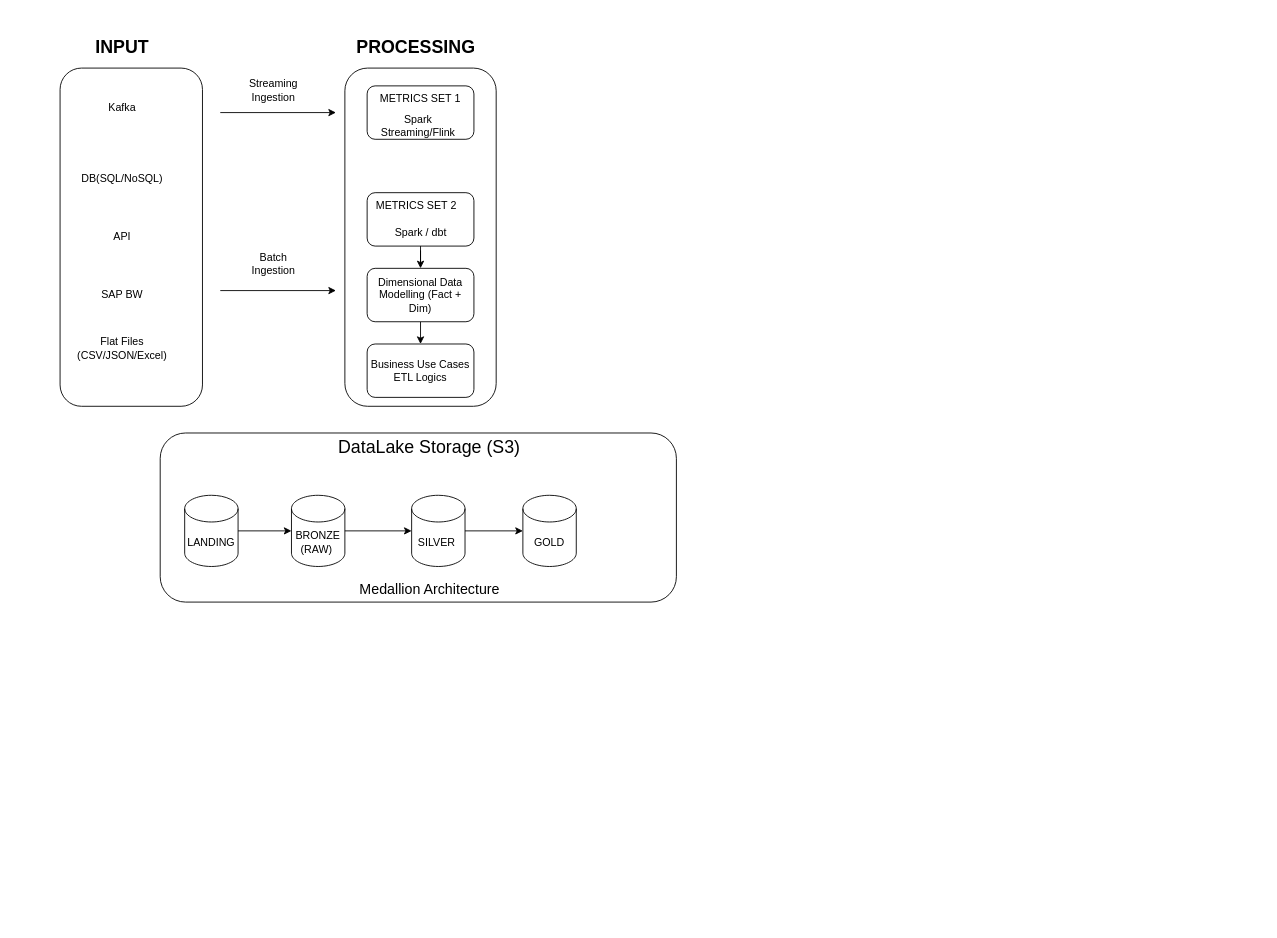
This is En_to_End_ETL_HLD.drawio from SanjibSaikia/System-Design, a draw.io file, before an edit. Source tidied: cells renumbered, new cells numbered last; positions are measured from the earlier drawing's top-left corner, leaving out a move shared by most shapes. Both pictures are drawn from the tidied source at 89%, with x=0, y=0 at pixel (60, 32).
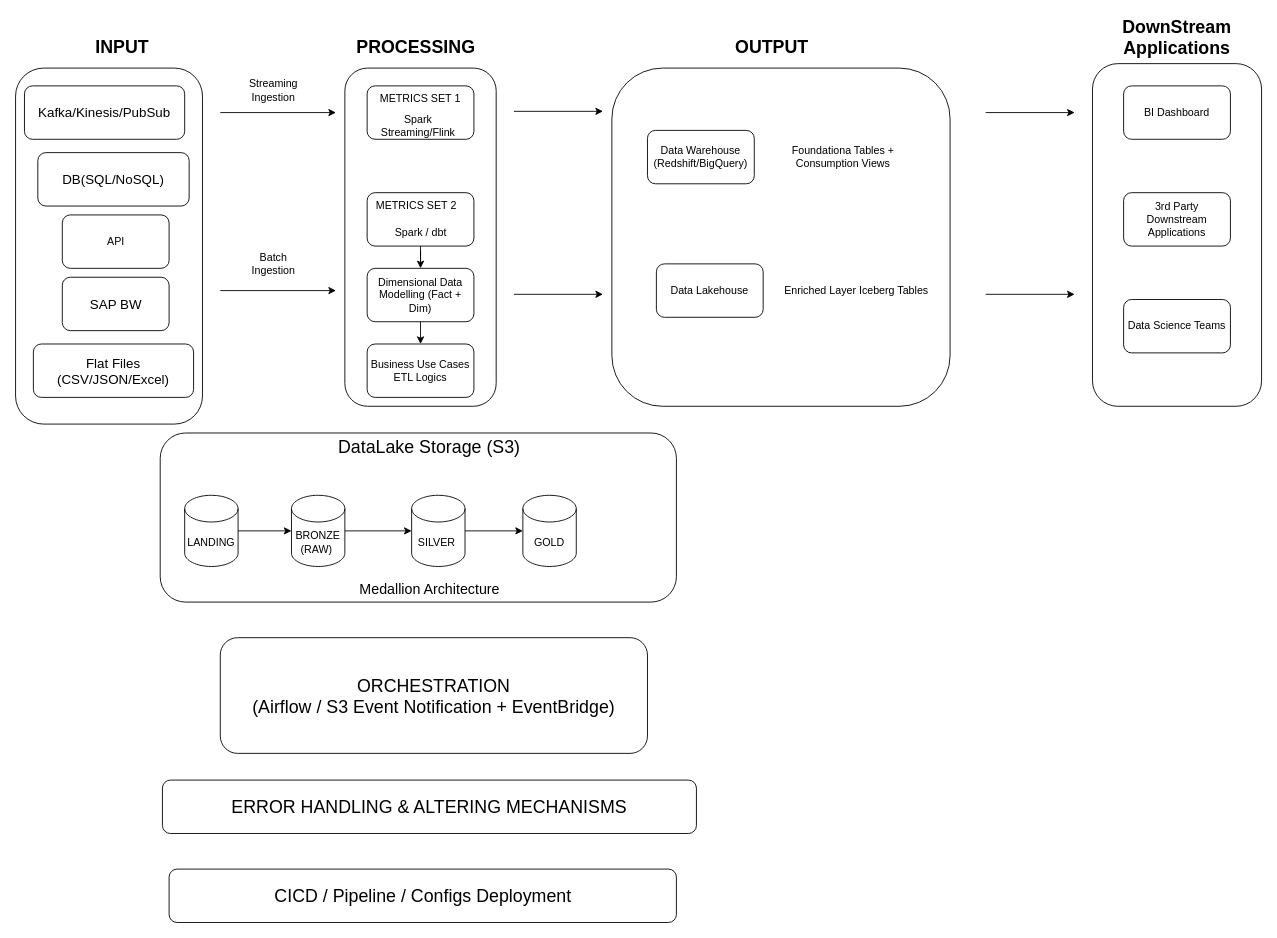
Above is the later version.

What changed in the source:
```diff
@@
     <mxCell id="2" style="rounded=1;whiteSpace=wrap;html=1;" parent="1" vertex="1">
-      <mxGeometry y="40" width="160" height="380" as="geometry" />
+      <mxGeometry x="-50" y="40" width="210" height="400" as="geometry" />
     </mxCell>
@@
-    <mxCell id="4" value="Kafka" style="text;html=1;align=center;verticalAlign=middle;whiteSpace=wrap;rounded=0;" parent="1" vertex="1">
-      <mxGeometry x="40" y="70" width="60" height="30" as="geometry" />
-    </mxCell>
-    <mxCell id="5" value="DB(SQL/NoSQL)" style="text;html=1;align=center;verticalAlign=middle;whiteSpace=wrap;rounded=0;" parent="1" vertex="1">
-      <mxGeometry x="40" y="150" width="60" height="30" as="geometry" />
-    </mxCell>
-    <mxCell id="6" value="API" style="text;html=1;align=center;verticalAlign=middle;whiteSpace=wrap;rounded=0;" parent="1" vertex="1">
-      <mxGeometry x="40" y="215" width="60" height="30" as="geometry" />
-    </mxCell>
-    <mxCell id="7" value="SAP BW" style="text;html=1;align=center;verticalAlign=middle;whiteSpace=wrap;rounded=0;" parent="1" vertex="1">
-      <mxGeometry x="40" y="280" width="60" height="30" as="geometry" />
-    </mxCell>
-    <mxCell id="8" value="Flat Files (CSV/JSON/Excel)" style="text;html=1;align=center;verticalAlign=middle;whiteSpace=wrap;rounded=0;" parent="1" vertex="1">
-      <mxGeometry x="40" y="340" width="60" height="30" as="geometry" />
-    </mxCell>
@@
+    <mxCell id="35" style="rounded=1;whiteSpace=wrap;html=1;" parent="1" vertex="1">
+      <mxGeometry x="620" y="40" width="380" height="380" as="geometry" />
+    </mxCell>
+    <mxCell id="36" value="&lt;b&gt;&lt;font style=&quot;font-size: 20px;&quot;&gt;OUTPUT&lt;/font&gt;&lt;/b&gt;" style="text;html=1;align=center;verticalAlign=middle;whiteSpace=wrap;rounded=0;" parent="1" vertex="1">
+      <mxGeometry x="770" width="60" height="30" as="geometry" />
+    </mxCell>
+    <mxCell id="37" style="endArrow=classic;html=1;rounded=0;" parent="1" edge="1">
+      <mxGeometry relative="1" as="geometry">
+        <mxPoint x="510" y="88.6" as="sourcePoint" />
+        <mxPoint x="610" y="88.6" as="targetPoint" />
+      </mxGeometry>
+    </mxCell>
+    <mxCell id="38" style="endArrow=classic;html=1;rounded=0;" parent="1" edge="1">
+      <mxGeometry relative="1" as="geometry">
+        <mxPoint x="1040" y="294.2" as="sourcePoint" />
+        <mxPoint x="1140" y="294.2" as="targetPoint" />
+      </mxGeometry>
+    </mxCell>
+    <mxCell id="39" value="Data Warehouse (Redshift/BigQuery)" style="rounded=1;whiteSpace=wrap;html=1;" parent="1" vertex="1">
+      <mxGeometry x="660" y="110" width="120" height="60" as="geometry" />
+    </mxCell>
+    <mxCell id="40" value="Data Lakehouse" style="rounded=1;whiteSpace=wrap;html=1;" parent="1" vertex="1">
+      <mxGeometry x="670" y="260" width="120" height="60" as="geometry" />
+    </mxCell>
+    <mxCell id="41" value="Foundationa Tables + Consumption Views" style="text;html=1;align=center;verticalAlign=middle;whiteSpace=wrap;rounded=0;" parent="1" vertex="1">
+      <mxGeometry x="790" y="125" width="180" height="30" as="geometry" />
+    </mxCell>
+    <mxCell id="42" value="Enriched Layer Iceberg Tables" style="text;html=1;align=center;verticalAlign=middle;whiteSpace=wrap;rounded=0;" parent="1" vertex="1">
+      <mxGeometry x="810" y="275" width="170" height="30" as="geometry" />
+    </mxCell>
+    <mxCell id="43" style="rounded=1;whiteSpace=wrap;html=1;" parent="1" vertex="1">
+      <mxGeometry x="1160" y="35" width="190" height="385" as="geometry" />
+    </mxCell>
+    <mxCell id="44" value="&lt;b&gt;&lt;font style=&quot;font-size: 20px;&quot;&gt;DownStream Applications&lt;/font&gt;&lt;/b&gt;" style="text;html=1;align=center;verticalAlign=middle;whiteSpace=wrap;rounded=0;" parent="1" vertex="1">
+      <mxGeometry x="1160" y="-10" width="190" height="30" as="geometry" />
+    </mxCell>
+    <mxCell id="45" value="BI Dashboard" style="rounded=1;whiteSpace=wrap;html=1;" parent="1" vertex="1">
+      <mxGeometry x="1195" y="60" width="120" height="60" as="geometry" />
+    </mxCell>
+    <mxCell id="46" style="endArrow=classic;html=1;rounded=0;" parent="1" edge="1">
+      <mxGeometry relative="1" as="geometry">
+        <mxPoint x="1040" y="90" as="sourcePoint" />
+        <mxPoint x="1140" y="90" as="targetPoint" />
+      </mxGeometry>
+    </mxCell>
+    <mxCell id="47" style="endArrow=classic;html=1;rounded=0;" parent="1" edge="1">
+      <mxGeometry relative="1" as="geometry">
+        <mxPoint x="510" y="294.2" as="sourcePoint" />
+        <mxPoint x="610" y="294.2" as="targetPoint" />
+      </mxGeometry>
+    </mxCell>
+    <mxCell id="48" value="3rd Party Downstream Applications" style="rounded=1;whiteSpace=wrap;html=1;" parent="1" vertex="1">
+      <mxGeometry x="1195" y="180" width="120" height="60" as="geometry" />
+    </mxCell>
+    <mxCell id="49" value="Data Science Teams" style="rounded=1;whiteSpace=wrap;html=1;" parent="1" vertex="1">
+      <mxGeometry x="1195" y="300" width="120" height="60" as="geometry" />
+    </mxCell>
+    <mxCell id="50" value="&lt;font style=&quot;font-size: 20px;&quot;&gt;ORCHESTRATION&lt;br&gt;(Airflow / S3 Event Notification + EventBridge)&lt;/font&gt;" style="rounded=1;whiteSpace=wrap;html=1;" parent="1" vertex="1">
+      <mxGeometry x="180" y="680" width="480" height="130" as="geometry" />
+    </mxCell>
+    <mxCell id="51" value="&lt;font style=&quot;font-size: 20px;&quot;&gt;CICD / Pipeline / Configs Deployment&lt;/font&gt;" style="rounded=1;whiteSpace=wrap;html=1;" parent="1" vertex="1">
+      <mxGeometry x="122.5" y="940" width="570" height="60" as="geometry" />
+    </mxCell>
+    <mxCell id="52" value="&lt;font style=&quot;font-size: 20px;&quot;&gt;ERROR HANDLING &amp;amp; ALTERING MECHANISMS&lt;/font&gt;" style="rounded=1;whiteSpace=wrap;html=1;" parent="1" vertex="1">
+      <mxGeometry x="115" y="840" width="600" height="60" as="geometry" />
+    </mxCell>
+    <mxCell id="53" value="&lt;span style=&quot;font-size: 15px;&quot;&gt;Kafka/Kinesis/PubSub&lt;/span&gt;" style="rounded=1;whiteSpace=wrap;html=1;" parent="1" vertex="1">
+      <mxGeometry x="-40" y="60" width="180" height="60" as="geometry" />
+    </mxCell>
+    <mxCell id="5" value="&lt;font style=&quot;font-size: 15px;&quot;&gt;DB(SQL/NoSQL)&lt;/font&gt;" style="rounded=1;whiteSpace=wrap;html=1;" parent="1" vertex="1">
+      <mxGeometry x="-25" y="135" width="170" height="60" as="geometry" />
+    </mxCell>
+    <mxCell id="6" value="API" style="rounded=1;whiteSpace=wrap;html=1;" parent="1" vertex="1">
+      <mxGeometry x="2.5" y="205" width="120" height="60" as="geometry" />
+    </mxCell>
+    <mxCell id="7" value="&lt;font style=&quot;font-size: 15px;&quot;&gt;SAP BW&lt;/font&gt;" style="rounded=1;whiteSpace=wrap;html=1;" parent="1" vertex="1">
+      <mxGeometry x="2.5" y="275" width="120" height="60" as="geometry" />
+    </mxCell>
+    <mxCell id="8" value="&lt;font style=&quot;font-size: 15px;&quot;&gt;Flat Files (CSV/JSON/Excel)&lt;/font&gt;" style="rounded=1;whiteSpace=wrap;html=1;" parent="1" vertex="1">
+      <mxGeometry x="-30" y="350" width="180" height="60" as="geometry" />
+    </mxCell>
```
